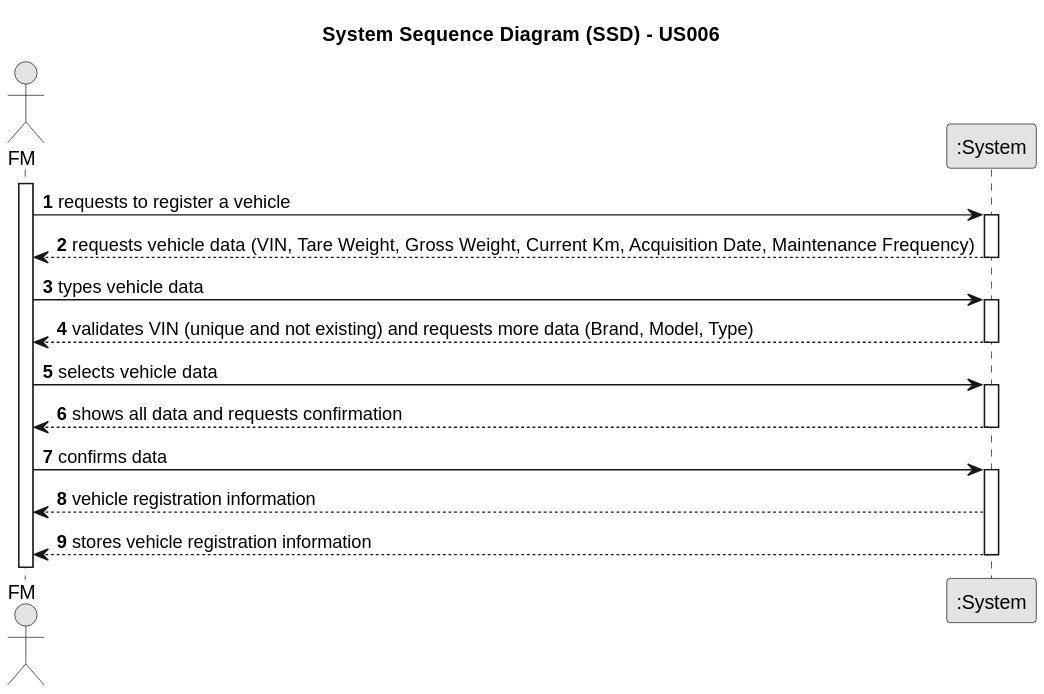
Earlier version of the PlantUML export docs/sprintA/us006/01.requirements-engineering/svg/us006-system-sequence-diagram-alternative-one.svg (ricardomm7/leaflink).
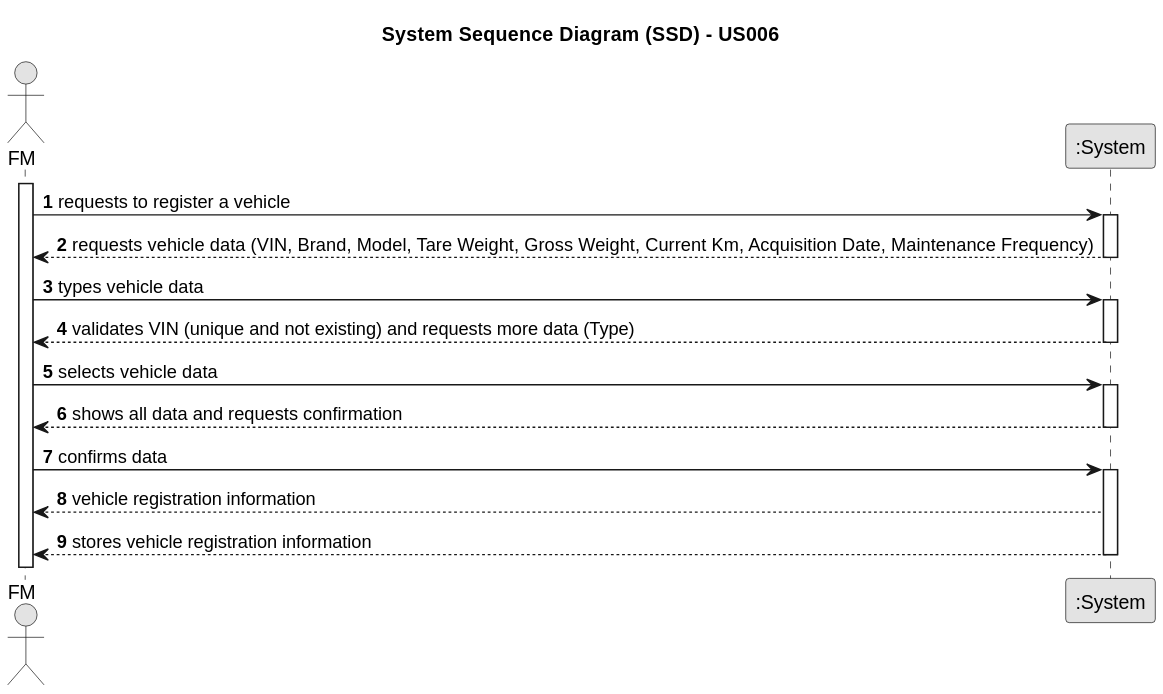
The same file after the commit.

The edit, as a diff of the source:
```diff
@@ -15,13 +15,13 @@
     FM -> System : requests to register a vehicle
     activate System
 
-        System --> FM : requests vehicle data (VIN, Tare Weight, Gross Weight, Current Km, Acquisition Date, Maintenance Frequency)
+        System --> FM : requests vehicle data (VIN, Brand, Model, Tare Weight, Gross Weight, Current Km, Acquisition Date, Maintenance Frequency)
     deactivate System
 
     FM -> System : types vehicle data
     activate System
 
-        System --> FM : validates VIN (unique and not existing) and requests more data (Brand, Model, Type)
+        System --> FM : validates VIN (unique and not existing) and requests more data (Type)
     deactivate System
 
     FM -> System : selects vehicle data
```
